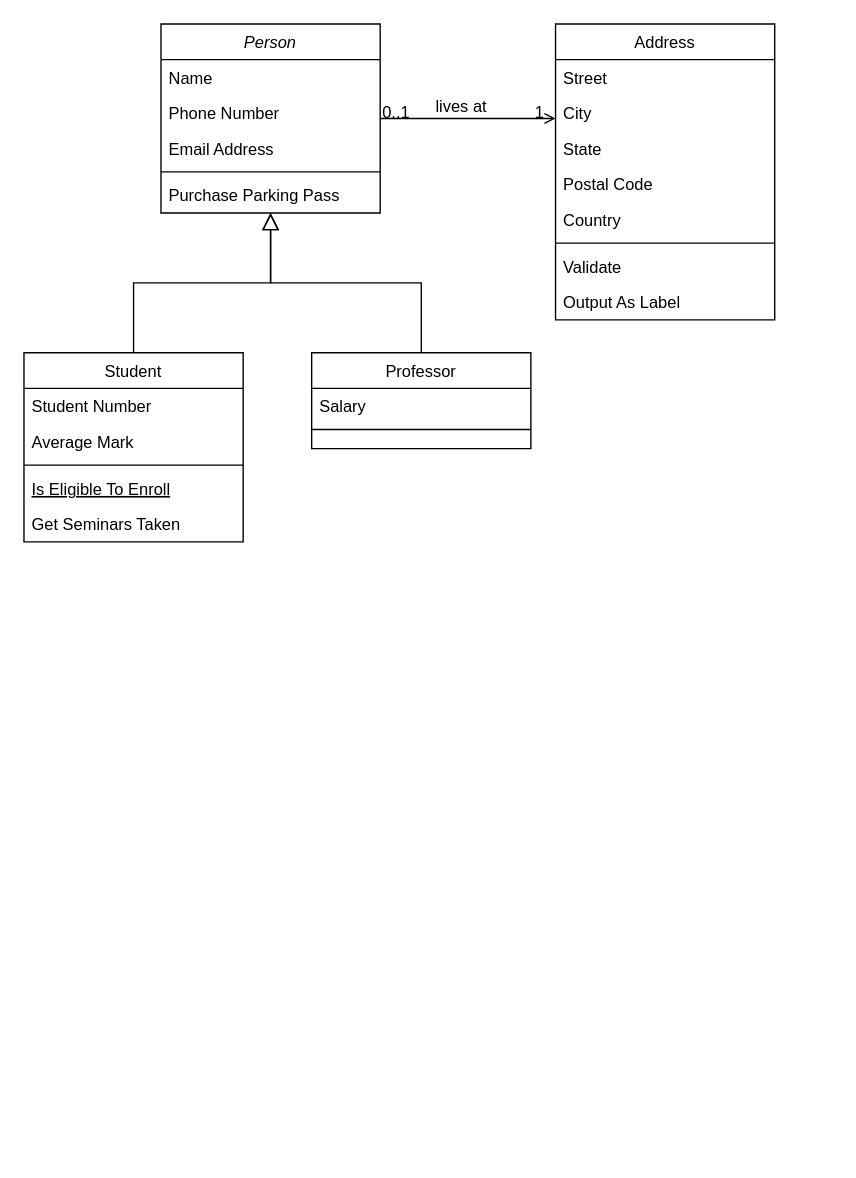
Above: Untitled Diagram.drawio in rafohambaryan/trining (draw.io), before the change. Source tidied: cells renumbered, new cells numbered last; positions are measured from the earlier drawing's top-left corner, leaving out a move shared by most shapes. Both pictures are drawn from the tidied source at 137%, with x=0, y=0 at pixel (23, 23).
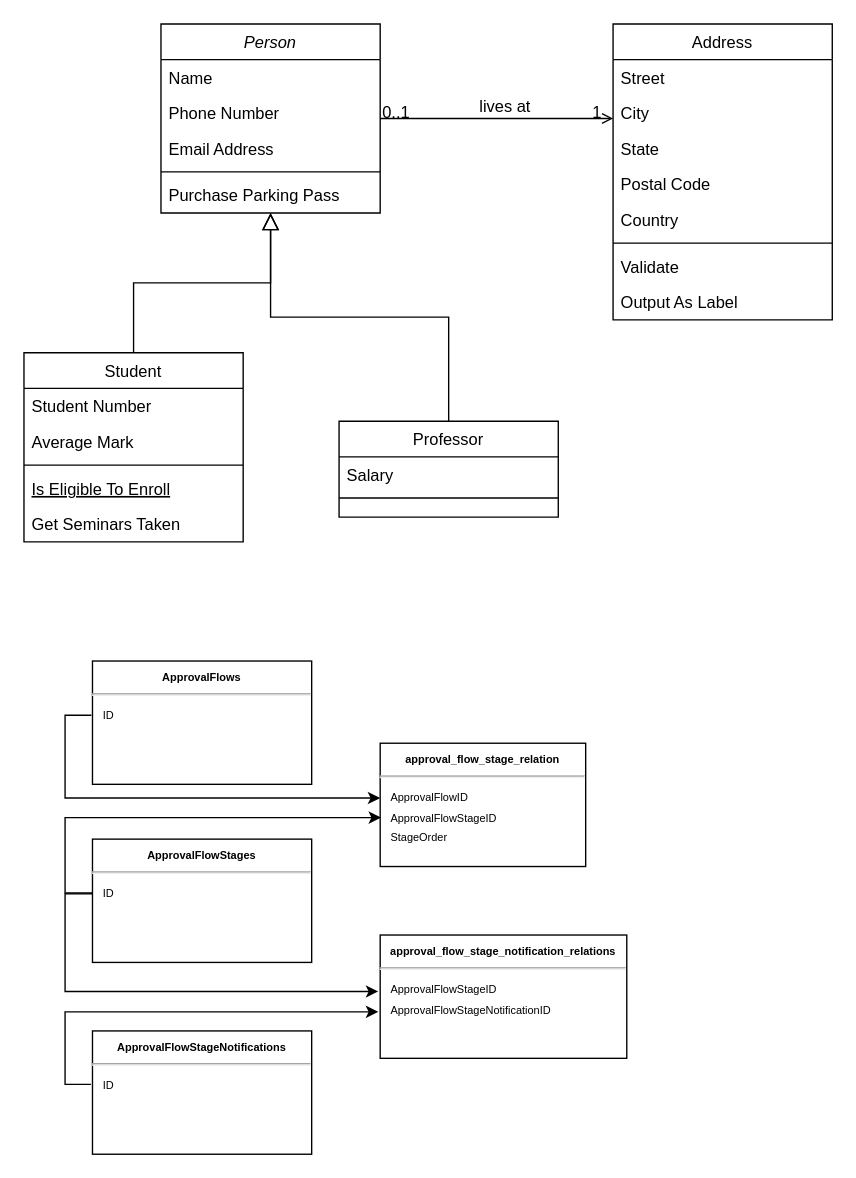
The same diagram, later.

What changed in the source:
```diff
@@
     <mxCell id="15" value="Professor" style="swimlane;fontStyle=0;align=center;verticalAlign=top;horizontal=1;startSize=26;rounded=0;shadow=0;strokeWidth=1;" parent="1" vertex="1">
-      <mxGeometry x="210" y="240" width="160" height="70" as="geometry" />
+      <mxGeometry x="230" y="290" width="160" height="70" as="geometry" />
     </mxCell>
@@
     <mxCell id="19" value="Address" style="swimlane;fontStyle=0;align=center;verticalAlign=top;horizontal=1;startSize=26;rounded=0;shadow=0;strokeWidth=1;" parent="1" vertex="1">
-      <mxGeometry x="388" width="160" height="216" as="geometry" />
+      <mxGeometry x="430" width="160" height="216" as="geometry" />
     </mxCell>
@@
+    <mxCell id="32" value="&lt;p style=&quot;margin: 4px 0px 0px; text-align: center;&quot;&gt;&lt;b style=&quot;&quot;&gt;&lt;font style=&quot;font-size: 8px;&quot;&gt;ApprovalFlows&lt;/font&gt;&lt;/b&gt;&lt;/p&gt;&lt;hr&gt;&lt;p style=&quot;margin:0px;margin-left:8px;&quot;&gt;&lt;font style=&quot;font-size: 8px;&quot;&gt;ID&lt;/font&gt;&lt;/p&gt;" style="verticalAlign=top;align=left;overflow=fill;fontSize=12;fontFamily=Helvetica;html=1;" parent="1" vertex="1">
+      <mxGeometry x="50" y="465" width="160" height="90" as="geometry" />
+    </mxCell>
+    <mxCell id="33" value="&lt;p style=&quot;margin: 4px 0px 0px; text-align: center;&quot;&gt;&lt;b style=&quot;&quot;&gt;&lt;font style=&quot;font-size: 8px;&quot;&gt;ApprovalFlowStages&lt;/font&gt;&lt;/b&gt;&lt;/p&gt;&lt;hr&gt;&lt;p style=&quot;margin:0px;margin-left:8px;&quot;&gt;&lt;font style=&quot;font-size: 8px;&quot;&gt;ID&lt;/font&gt;&lt;/p&gt;" style="verticalAlign=top;align=left;overflow=fill;fontSize=12;fontFamily=Helvetica;html=1;" parent="1" vertex="1">
+      <mxGeometry x="50" y="595" width="160" height="90" as="geometry" />
+    </mxCell>
+    <mxCell id="34" value="&lt;p style=&quot;margin: 4px 0px 0px; text-align: center;&quot;&gt;&lt;b style=&quot;&quot;&gt;&lt;font style=&quot;font-size: 8px;&quot;&gt;approval_flow_stage_relation&lt;/font&gt;&lt;/b&gt;&lt;/p&gt;&lt;hr&gt;&lt;p style=&quot;margin:0px;margin-left:8px;&quot;&gt;&lt;font style=&quot;font-size: 8px;&quot;&gt;ApprovalFlowID&lt;br&gt;ApprovalFlowStageID&lt;br&gt;StageOrder&lt;/font&gt;&lt;/p&gt;" style="verticalAlign=top;align=left;overflow=fill;fontSize=12;fontFamily=Helvetica;html=1;" parent="1" vertex="1">
+      <mxGeometry x="260" y="525" width="150" height="90" as="geometry" />
+    </mxCell>
+    <mxCell id="35" style="edgeStyle=elbowEdgeStyle;elbow=horizontal;endArrow=classic;html=1;rounded=0;entryX=0.004;entryY=0.603;entryDx=0;entryDy=0;entryPerimeter=0;exitX=-0.001;exitY=0.437;exitDx=0;exitDy=0;exitPerimeter=0;" parent="1" edge="1" source="33" target="34">
+      <mxGeometry relative="1" as="geometry">
+        <Array as="points">
+          <mxPoint x="30" y="595" />
+          <mxPoint y="615" />
+        </Array>
+      </mxGeometry>
+    </mxCell>
+    <mxCell id="36" style="edgeStyle=elbowEdgeStyle;elbow=horizontal;endArrow=classic;html=1;rounded=0;exitX=-0.005;exitY=0.44;exitDx=0;exitDy=0;exitPerimeter=0;" parent="1" edge="1" source="32">
+      <mxGeometry relative="1" as="geometry">
+        <mxPoint x="260" y="565" as="targetPoint" />
+        <Array as="points">
+          <mxPoint x="30" y="525" />
+          <mxPoint y="545" />
+          <mxPoint x="10" y="465" />
+          <mxPoint y="535" />
+        </Array>
+      </mxGeometry>
+    </mxCell>
+    <mxCell id="37" value="&lt;p style=&quot;margin: 4px 0px 0px; text-align: center;&quot;&gt;&lt;b&gt;&lt;font style=&quot;font-size: 8px;&quot;&gt;ApprovalFlowStageNotifications&lt;/font&gt;&lt;/b&gt;&lt;/p&gt;&lt;hr&gt;&lt;p style=&quot;margin:0px;margin-left:8px;&quot;&gt;&lt;font style=&quot;font-size: 8px;&quot;&gt;ID&lt;/font&gt;&lt;/p&gt;" style="verticalAlign=top;align=left;overflow=fill;fontSize=12;fontFamily=Helvetica;html=1;" parent="1" vertex="1">
+      <mxGeometry x="50" y="735" width="160" height="90" as="geometry" />
+    </mxCell>
+    <mxCell id="38" value="&lt;p style=&quot;margin: 4px 0px 0px; text-align: center;&quot;&gt;&lt;b style=&quot;&quot;&gt;&lt;font style=&quot;font-size: 8px;&quot;&gt;approval_flow_stage_notification_relations&lt;/font&gt;&lt;/b&gt;&lt;/p&gt;&lt;hr&gt;&lt;p style=&quot;margin:0px;margin-left:8px;&quot;&gt;&lt;font style=&quot;font-size: 8px;&quot;&gt;ApprovalFlowStageID&lt;br&gt;ApprovalFlowStageNotificationID&lt;br&gt;&lt;/font&gt;&lt;/p&gt;" style="verticalAlign=top;align=left;overflow=fill;fontSize=12;fontFamily=Helvetica;html=1;" parent="1" vertex="1">
+      <mxGeometry x="260" y="665" width="180" height="90" as="geometry" />
+    </mxCell>
+    <mxCell id="39" style="edgeStyle=elbowEdgeStyle;elbow=horizontal;endArrow=classic;html=1;rounded=0;fontSize=8;entryX=-0.008;entryY=0.458;entryDx=0;entryDy=0;entryPerimeter=0;" parent="1" edge="1" target="38">
+      <mxGeometry relative="1" as="geometry">
+        <mxPoint x="50" y="635" as="sourcePoint" />
+        <Array as="points">
+          <mxPoint x="30" y="675" />
+          <mxPoint y="715" />
+        </Array>
+      </mxGeometry>
+    </mxCell>
+    <mxCell id="40" style="edgeStyle=elbowEdgeStyle;elbow=horizontal;endArrow=classic;html=1;rounded=0;fontSize=8;entryX=-0.008;entryY=0.623;entryDx=0;entryDy=0;entryPerimeter=0;exitX=-0.007;exitY=0.434;exitDx=0;exitDy=0;exitPerimeter=0;" parent="1" edge="1" source="37" target="38">
+      <mxGeometry relative="1" as="geometry">
+        <Array as="points">
+          <mxPoint x="30" y="745" />
+          <mxPoint x="20" y="745" />
+        </Array>
+      </mxGeometry>
+    </mxCell>
```
